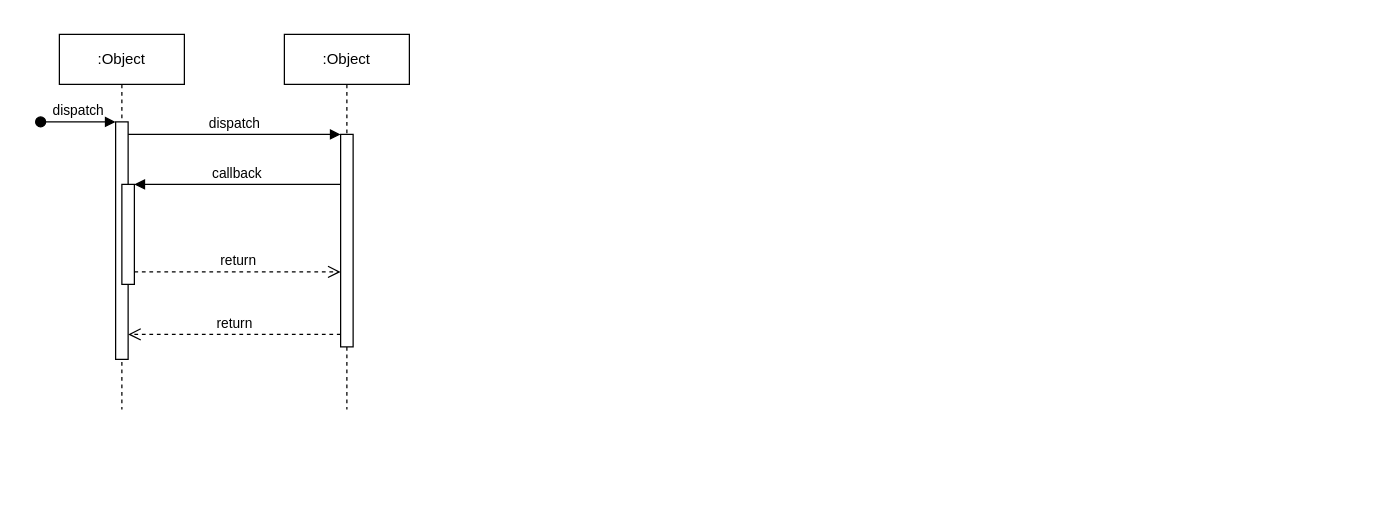
The draw.io diagram Untitled Diagram.drawio in Vidhu1642/vidhi, before the edit. Source tidied: cells renumbered, new cells numbered last; positions are measured from the earlier drawing's top-left corner, leaving out a move shared by most shapes. Both pictures are drawn from the tidied source at 125%, with x=0, y=0 at pixel (40, 34).
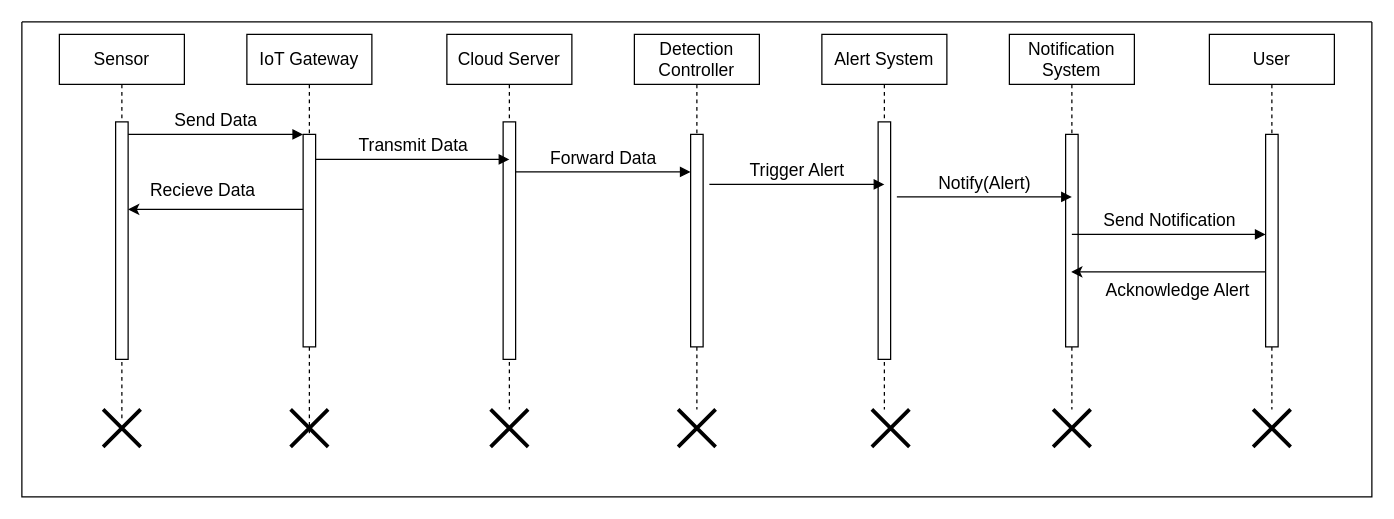
After the change.

Unchanged cells that the change refers to:
```xml
<mxCell id="3" style="html=1;points=[];perimeter=orthogonalPerimeter;outlineConnect=0;targetShapes=umlLifeline;portConstraint=eastwest;newEdgeStyle={&quot;edgeStyle&quot;:&quot;elbowEdgeStyle&quot;,&quot;elbow&quot;:&quot;vertical&quot;,&quot;curved&quot;:0,&quot;rounded&quot;:0};" parent="2" vertex="1">
  <mxGeometry x="45" y="70" width="10" height="190" as="geometry" />
</mxCell>
<mxCell id="7" style="html=1;points=[];perimeter=orthogonalPerimeter;outlineConnect=0;targetShapes=umlLifeline;portConstraint=eastwest;newEdgeStyle={&quot;edgeStyle&quot;:&quot;elbowEdgeStyle&quot;,&quot;elbow&quot;:&quot;vertical&quot;,&quot;curved&quot;:0,&quot;rounded&quot;:0};" parent="6" vertex="1">
  <mxGeometry x="45" y="80" width="10" height="170" as="geometry" />
</mxCell>
```

What changed in the source:
```diff
@@
-    <mxCell id="2" value=":Object" style="shape=umlLifeline;perimeter=lifelinePerimeter;whiteSpace=wrap;html=1;newEdgeStyle={&quot;edgeStyle&quot;:&quot;elbowEdgeStyle&quot;,&quot;elbow&quot;:&quot;vertical&quot;,&quot;curved&quot;:0,&quot;rounded&quot;:0};" parent="1" vertex="1">
-      <mxGeometry x="15" width="100" height="300" as="geometry" />
+    <mxCell id="2" value="&lt;span style=&quot;font-size: 14px;&quot;&gt;Sensor&lt;/span&gt;" style="shape=umlLifeline;perimeter=lifelinePerimeter;whiteSpace=wrap;html=1;newEdgeStyle={&quot;edgeStyle&quot;:&quot;elbowEdgeStyle&quot;,&quot;elbow&quot;:&quot;vertical&quot;,&quot;curved&quot;:0,&quot;rounded&quot;:0};" parent="1" vertex="1">
+      <mxGeometry x="15" width="100" height="310" as="geometry" />
     </mxCell>
@@
-    <mxCell id="4" value="dispatch" style="html=1;verticalAlign=bottom;startArrow=oval;endArrow=block;startSize=8;edgeStyle=elbowEdgeStyle;elbow=vertical;curved=0;rounded=0;" parent="2" edge="1" target="3">
-      <mxGeometry relative="1" as="geometry">
-        <mxPoint x="-15" y="70" as="sourcePoint" />
-      </mxGeometry>
-    </mxCell>
-    <mxCell id="5" style="html=1;points=[];perimeter=orthogonalPerimeter;outlineConnect=0;targetShapes=umlLifeline;portConstraint=eastwest;newEdgeStyle={&quot;edgeStyle&quot;:&quot;elbowEdgeStyle&quot;,&quot;elbow&quot;:&quot;vertical&quot;,&quot;curved&quot;:0,&quot;rounded&quot;:0};" parent="2" vertex="1">
-      <mxGeometry x="50" y="120" width="10" height="80" as="geometry" />
-    </mxCell>
-    <mxCell id="6" value=":Object" style="shape=umlLifeline;perimeter=lifelinePerimeter;whiteSpace=wrap;html=1;newEdgeStyle={&quot;edgeStyle&quot;:&quot;elbowEdgeStyle&quot;,&quot;elbow&quot;:&quot;vertical&quot;,&quot;curved&quot;:0,&quot;rounded&quot;:0};" parent="1" vertex="1">
-      <mxGeometry x="195" width="100" height="300" as="geometry" />
+    <mxCell id="6" value="&lt;font style=&quot;font-size: 14px;&quot;&gt;IoT Gateway&lt;/font&gt;" style="shape=umlLifeline;perimeter=lifelinePerimeter;whiteSpace=wrap;html=1;newEdgeStyle={&quot;edgeStyle&quot;:&quot;elbowEdgeStyle&quot;,&quot;elbow&quot;:&quot;vertical&quot;,&quot;curved&quot;:0,&quot;rounded&quot;:0};" parent="1" vertex="1">
+      <mxGeometry x="165" width="100" height="320" as="geometry" />
     </mxCell>
@@
+    <mxCell id="12" style="shape=umlDestroy;whiteSpace=wrap;html=1;strokeWidth=3;targetShapes=umlLifeline;" parent="6" vertex="1">
+      <mxGeometry x="35" y="300" width="30" height="30" as="geometry" />
+    </mxCell>
-    <mxCell id="8" value="dispatch" style="html=1;verticalAlign=bottom;endArrow=block;edgeStyle=elbowEdgeStyle;elbow=vertical;curved=0;rounded=0;" parent="1" edge="1" source="3" target="7">
+    <mxCell id="8" value="&lt;font style=&quot;font-size: 14px;&quot;&gt;Send Data&lt;/font&gt;" style="html=1;verticalAlign=bottom;endArrow=block;edgeStyle=elbowEdgeStyle;elbow=vertical;curved=0;rounded=0;" parent="1" edge="1" source="3" target="7">
       <mxGeometry relative="1" as="geometry">
         <Array as="points">
           <mxPoint x="155" y="80" />
         </Array>
       </mxGeometry>
     </mxCell>
-    <mxCell id="9" value="return" style="html=1;verticalAlign=bottom;endArrow=open;dashed=1;endSize=8;edgeStyle=elbowEdgeStyle;elbow=vertical;curved=0;rounded=0;" parent="1" edge="1" source="7" target="3">
-      <mxGeometry relative="1" as="geometry">
-        <Array as="points">
-          <mxPoint x="165" y="240" />
-        </Array>
-      </mxGeometry>
-    </mxCell>
-    <mxCell id="10" value="callback" style="html=1;verticalAlign=bottom;endArrow=block;edgeStyle=elbowEdgeStyle;elbow=vertical;curved=0;rounded=0;" parent="1" edge="1" source="7" target="5">
-      <mxGeometry relative="1" as="geometry">
-        <Array as="points">
-          <mxPoint x="165" y="120" />
-        </Array>
-      </mxGeometry>
-    </mxCell>
-    <mxCell id="11" value="return" style="html=1;verticalAlign=bottom;endArrow=open;dashed=1;endSize=8;edgeStyle=elbowEdgeStyle;elbow=vertical;curved=0;rounded=0;" parent="1" edge="1" source="5" target="7">
-      <mxGeometry relative="1" as="geometry">
-        <Array as="points">
-          <mxPoint x="155" y="190" />
-        </Array>
-      </mxGeometry>
-    </mxCell>
+    <mxCell id="13" value="&lt;span style=&quot;font-size: 14px;&quot;&gt;Cloud Server&lt;/span&gt;" style="shape=umlLifeline;perimeter=lifelinePerimeter;whiteSpace=wrap;html=1;newEdgeStyle={&quot;edgeStyle&quot;:&quot;elbowEdgeStyle&quot;,&quot;elbow&quot;:&quot;vertical&quot;,&quot;curved&quot;:0,&quot;rounded&quot;:0};" parent="1" vertex="1">
+      <mxGeometry x="325" width="100" height="300" as="geometry" />
+    </mxCell>
+    <mxCell id="14" style="html=1;points=[];perimeter=orthogonalPerimeter;outlineConnect=0;targetShapes=umlLifeline;portConstraint=eastwest;newEdgeStyle={&quot;edgeStyle&quot;:&quot;elbowEdgeStyle&quot;,&quot;elbow&quot;:&quot;vertical&quot;,&quot;curved&quot;:0,&quot;rounded&quot;:0};" parent="13" vertex="1">
+      <mxGeometry x="45" y="70" width="10" height="190" as="geometry" />
+    </mxCell>
+    <mxCell id="15" value="&lt;span style=&quot;font-size: 14px;&quot;&gt;Detection Controller&lt;/span&gt;" style="shape=umlLifeline;perimeter=lifelinePerimeter;whiteSpace=wrap;html=1;newEdgeStyle={&quot;edgeStyle&quot;:&quot;elbowEdgeStyle&quot;,&quot;elbow&quot;:&quot;vertical&quot;,&quot;curved&quot;:0,&quot;rounded&quot;:0};" parent="1" vertex="1">
+      <mxGeometry x="475" width="100" height="300" as="geometry" />
+    </mxCell>
+    <mxCell id="16" style="html=1;points=[];perimeter=orthogonalPerimeter;outlineConnect=0;targetShapes=umlLifeline;portConstraint=eastwest;newEdgeStyle={&quot;edgeStyle&quot;:&quot;elbowEdgeStyle&quot;,&quot;elbow&quot;:&quot;vertical&quot;,&quot;curved&quot;:0,&quot;rounded&quot;:0};" parent="15" vertex="1">
+      <mxGeometry x="45" y="80" width="10" height="170" as="geometry" />
+    </mxCell>
+    <mxCell id="17" value="&lt;span style=&quot;font-size: 14px;&quot;&gt;Alert System&lt;/span&gt;" style="shape=umlLifeline;perimeter=lifelinePerimeter;whiteSpace=wrap;html=1;newEdgeStyle={&quot;edgeStyle&quot;:&quot;elbowEdgeStyle&quot;,&quot;elbow&quot;:&quot;vertical&quot;,&quot;curved&quot;:0,&quot;rounded&quot;:0};" parent="1" vertex="1">
+      <mxGeometry x="625" width="100" height="300" as="geometry" />
+    </mxCell>
+    <mxCell id="18" style="html=1;perimeter=orthogonalPerimeter;targetShapes=umlLifeline;newEdgeStyle={&quot;edgeStyle&quot;:&quot;elbowEdgeStyle&quot;,&quot;elbow&quot;:&quot;vertical&quot;,&quot;curved&quot;:0,&quot;rounded&quot;:0};" parent="17" vertex="1">
+      <mxGeometry x="45" y="70" width="10" height="190" as="geometry" />
+    </mxCell>
+    <mxCell id="19" value="&lt;span style=&quot;font-size: 14px;&quot;&gt;Notification System&lt;/span&gt;" style="shape=umlLifeline;perimeter=lifelinePerimeter;whiteSpace=wrap;html=1;outlineConnect=0;portConstraint=eastwest;newEdgeStyle={&quot;edgeStyle&quot;:&quot;elbowEdgeStyle&quot;,&quot;elbow&quot;:&quot;vertical&quot;,&quot;curved&quot;:0,&quot;rounded&quot;:0};" parent="1" vertex="1">
+      <mxGeometry x="775" width="100" height="300" as="geometry" />
+    </mxCell>
+    <mxCell id="20" style="html=1;perimeter=orthogonalPerimeter;targetShapes=umlLifeline;newEdgeStyle={&quot;edgeStyle&quot;:&quot;elbowEdgeStyle&quot;,&quot;elbow&quot;:&quot;vertical&quot;,&quot;curved&quot;:0,&quot;rounded&quot;:0};" parent="19" vertex="1">
+      <mxGeometry x="45" y="80" width="10" height="170" as="geometry" />
+    </mxCell>
+    <mxCell id="21" value="&lt;span style=&quot;font-size: 14px;&quot;&gt;User&lt;/span&gt;" style="shape=umlLifeline;perimeter=lifelinePerimeter;whiteSpace=wrap;html=1;newEdgeStyle={&quot;edgeStyle&quot;:&quot;elbowEdgeStyle&quot;,&quot;elbow&quot;:&quot;vertical&quot;,&quot;curved&quot;:0,&quot;rounded&quot;:0};" parent="1" vertex="1">
+      <mxGeometry x="935" width="100" height="300" as="geometry" />
+    </mxCell>
+    <mxCell id="22" style="html=1;points=[];perimeter=orthogonalPerimeter;outlineConnect=0;targetShapes=umlLifeline;portConstraint=eastwest;newEdgeStyle={&quot;edgeStyle&quot;:&quot;elbowEdgeStyle&quot;,&quot;elbow&quot;:&quot;vertical&quot;,&quot;curved&quot;:0,&quot;rounded&quot;:0};" parent="21" vertex="1">
+      <mxGeometry x="45" y="80" width="10" height="170" as="geometry" />
+    </mxCell>
+    <mxCell id="23" value="&lt;font style=&quot;font-size: 14px;&quot;&gt;Transmit Data&lt;/font&gt;" style="html=1;verticalAlign=bottom;endArrow=block;edgeStyle=elbowEdgeStyle;elbow=horizontal;curved=0;rounded=0;entryX=0.5;entryY=0.158;entryDx=0;entryDy=0;entryPerimeter=0;" parent="1" edge="1" source="7" target="14">
+      <mxGeometry relative="1" as="geometry">
+        <Array as="points">
+          <mxPoint x="320" y="100" />
+        </Array>
+      </mxGeometry>
+    </mxCell>
+    <mxCell id="24" value="&lt;font style=&quot;font-size: 14px;&quot;&gt;Forward Data&lt;/font&gt;" style="html=1;verticalAlign=bottom;endArrow=block;edgeStyle=elbowEdgeStyle;elbow=horizontal;curved=0;rounded=0;" parent="1" edge="1" source="14" target="16">
+      <mxGeometry relative="1" as="geometry">
+        <Array as="points">
+          <mxPoint x="475" y="110" />
+        </Array>
+      </mxGeometry>
+    </mxCell>
+    <mxCell id="25" value="&lt;span style=&quot;font-size: 14px;&quot;&gt;Trigger Alert&lt;/span&gt;" style="html=1;verticalAlign=bottom;endArrow=block;edgeStyle=elbowEdgeStyle;elbow=horizontal;curved=0;rounded=0;" parent="1" edge="1">
+      <mxGeometry relative="1" as="geometry">
+        <mxPoint x="535" y="120" as="sourcePoint" />
+        <mxPoint x="675" y="120" as="targetPoint" />
+        <Array as="points">
+          <mxPoint x="620" y="110" />
+        </Array>
+      </mxGeometry>
+    </mxCell>
+    <mxCell id="26" value="&lt;span style=&quot;font-size: 14px;&quot;&gt;Notify(Alert)&lt;/span&gt;" style="html=1;verticalAlign=bottom;endArrow=block;edgeStyle=elbowEdgeStyle;elbow=horizontal;curved=0;rounded=0;" parent="1" edge="1">
+      <mxGeometry relative="1" as="geometry">
+        <mxPoint x="685" y="130" as="sourcePoint" />
+        <mxPoint x="825" y="130" as="targetPoint" />
+        <Array as="points">
+          <mxPoint x="780" y="130" />
+        </Array>
+      </mxGeometry>
+    </mxCell>
+    <mxCell id="27" value="&lt;span style=&quot;font-size: 14px;&quot;&gt;Send Notification&lt;/span&gt;" style="html=1;verticalAlign=bottom;endArrow=block;edgeStyle=elbowEdgeStyle;elbow=vertical;curved=0;rounded=0;" parent="1" edge="1" target="22">
+      <mxGeometry relative="1" as="geometry">
+        <mxPoint x="825" y="160" as="sourcePoint" />
+        <Array as="points">
+          <mxPoint x="930" y="160" />
+        </Array>
+      </mxGeometry>
+    </mxCell>
+    <mxCell id="28" style="endArrow=classic;html=1;rounded=0;" parent="1" edge="1" source="22" target="19">
+      <mxGeometry relative="1" as="geometry">
+        <Array as="points">
+          <mxPoint x="835" y="190" />
+        </Array>
+      </mxGeometry>
+    </mxCell>
+    <mxCell id="29" value="&lt;font style=&quot;font-size: 14px;&quot;&gt;Acknowledge Alert&lt;/font&gt;" style="text;html=1;align=center;verticalAlign=middle;whiteSpace=wrap;rounded=0;" parent="1" vertex="1">
+      <mxGeometry x="845" y="190" width="130" height="30" as="geometry" />
+    </mxCell>
+    <mxCell id="30" style="shape=umlDestroy;whiteSpace=wrap;html=1;strokeWidth=3;targetShapes=umlLifeline;" parent="1" vertex="1">
+      <mxGeometry x="50" y="300" width="30" height="30" as="geometry" />
+    </mxCell>
+    <mxCell id="31" style="shape=umlDestroy;whiteSpace=wrap;html=1;strokeWidth=3;targetShapes=umlLifeline;" parent="1" vertex="1">
+      <mxGeometry x="360" y="300" width="30" height="30" as="geometry" />
+    </mxCell>
+    <mxCell id="32" style="shape=umlDestroy;whiteSpace=wrap;html=1;strokeWidth=3;targetShapes=umlLifeline;" parent="1" vertex="1">
+      <mxGeometry x="510" y="300" width="30" height="30" as="geometry" />
+    </mxCell>
+    <mxCell id="33" style="shape=umlDestroy;whiteSpace=wrap;html=1;strokeWidth=3;targetShapes=umlLifeline;" parent="1" vertex="1">
+      <mxGeometry x="665" y="300" width="30" height="30" as="geometry" />
+    </mxCell>
+    <mxCell id="34" style="shape=umlDestroy;whiteSpace=wrap;html=1;strokeWidth=3;targetShapes=umlLifeline;" parent="1" vertex="1">
+      <mxGeometry x="810" y="300" width="30" height="30" as="geometry" />
+    </mxCell>
+    <mxCell id="35" style="shape=umlDestroy;whiteSpace=wrap;html=1;strokeWidth=3;targetShapes=umlLifeline;" parent="1" vertex="1">
+      <mxGeometry x="970" y="300" width="30" height="30" as="geometry" />
+    </mxCell>
+    <mxCell id="36" style="swimlane;startSize=0;" parent="1" vertex="1">
+      <mxGeometry x="-15" y="-10" width="1080" height="380" as="geometry" />
+    </mxCell>
+    <mxCell id="37" style="endArrow=classic;html=1;rounded=0;" parent="36" edge="1" source="7">
+      <mxGeometry relative="1" as="geometry">
+        <mxPoint x="85" y="150" as="targetPoint" />
+      </mxGeometry>
+    </mxCell>
+    <mxCell id="38" value="&lt;span style=&quot;font-size: 14px; text-wrap: nowrap; background-color: rgb(255, 255, 255);&quot;&gt;Recieve Data&lt;/span&gt;" style="text;html=1;align=center;verticalAlign=middle;whiteSpace=wrap;rounded=0;" parent="36" vertex="1">
+      <mxGeometry x="120" y="120" width="50" height="30" as="geometry" />
+    </mxCell>
```
